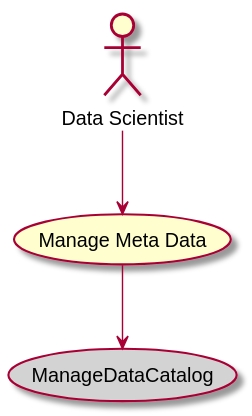
Before: docs/edgemere/diml/ddf/usecases/managemetadata/activities.svg, a diagram exported from PlantUML (madajaju/edgemere). The source it was exported from:
```plantuml
@startuml


usecase "Manage Meta Data" as ManageMetaData

Actor "Data Scientist" as DataScientist

DataScientist --> ManageMetaData



usecase "ManageDataCatalog" as ManageDataCatalog #lightgrey

ManageMetaData --> ManageDataCatalog

@enduml
```
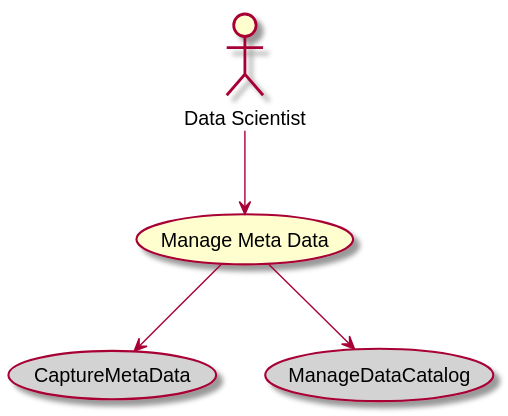
The same diagram one commit later.

What changed in the source:
```diff
@@ -9,6 +9,10 @@
 
 
 
+usecase "CaptureMetaData" as CaptureMetaData #lightgrey
+
+ManageMetaData --> CaptureMetaData
+
 usecase "ManageDataCatalog" as ManageDataCatalog #lightgrey
 
 ManageMetaData --> ManageDataCatalog
```
